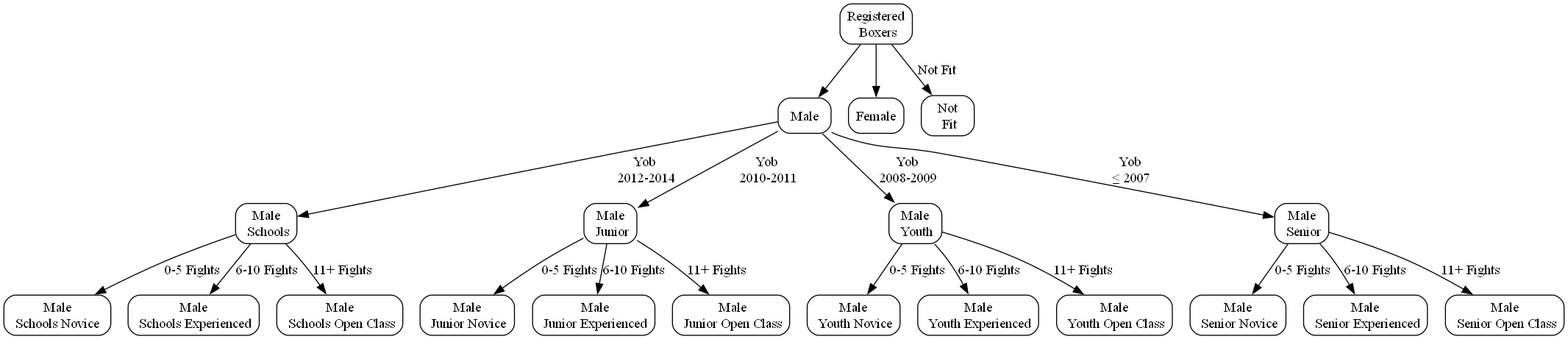
The Graphviz diagram SVG/boxing.png in mjmonline1/Boxing, before a commit. Its source is kept beside it as SVG/boxing.dot. Its diagram source:
```dot
digraph Boxing {
  rankdir=TD;
  node [shape=box, style=rounded];

  RegisteredBoxers [label= "Registered\n Boxers"];
  Male;
  Female;
  Notfit [label="Not\n Fit"];

  MaleSchools [label="Male\n Schools"];
  MaleJunior  [label="Male\n Junior"];
  MaleYouth   [label="Male\n Youth"];
  MaleSenior  [label="Male\n Senior"];

  MaleSchools_Novice      [label="Male\n Schools Novice "];
  MaleSchools_Experienced [label="Male\n Schools Experienced"];
  MaleSchools_OpenClass   [label="Male\n Schools Open Class"];

  MaleJunior_Novice       [label="Male\n Junior Novice"];
  MaleJunior_Experienced  [label=" Male\n Junior Experienced"];
  MaleJunior_OpenClass    [label=" Male\n Junior Open Class"];

  MaleYouth_Novice        [label="Male\n Youth Novice"];
  MaleYouth_Experienced   [label="Male\n Youth Experienced"];
  MaleYouth_OpenClass     [label="Male\n Youth Open Class"];

  MaleSenior_Novice       [label="Male\n Senior Novice"];
  MaleSenior_Experienced  [label="Male\n Senior Experienced"];
  MaleSenior_OpenClass    [label="Male\n Senior Open Class"];

  RegisteredBoxers -> Male;
  RegisteredBoxers -> Notfit [label="Not Fit"];
  RegisteredBoxers -> Female;

  Male -> MaleSchools [label="Yob\n 2012-2014"];
  Male -> MaleJunior  [label="Yob\n 2010-2011"];
  Male -> MaleYouth   [label="Yob\n 2008-2009"];
  Male -> MaleSenior  [label="Yob\n ≤ 2007"];

  MaleSchools -> MaleSchools_Novice      [label="0-5 Fights"];
  MaleSchools -> MaleSchools_Experienced [label="6-10 Fights"];
  MaleSchools -> MaleSchools_OpenClass   [label="11+ Fights"];

  MaleJunior -> MaleJunior_Novice       [label="0-5 Fights"];
  MaleJunior -> MaleJunior_Experienced  [label="6-10 Fights"];
  MaleJunior -> MaleJunior_OpenClass    [label="11+ Fights"];

  MaleYouth -> MaleYouth_Novice         [label="0-5 Fights"];
  MaleYouth -> MaleYouth_Experienced    [label="6-10 Fights"];
  MaleYouth -> MaleYouth_OpenClass      [label="11+ Fights"];

  MaleSenior -> MaleSenior_Novice       [label="0-5 Fights"];
  MaleSenior -> MaleSenior_Experienced  [label="6-10 Fights"];
  MaleSenior -> MaleSenior_OpenClass    [label="11+ Fights"];
}
```
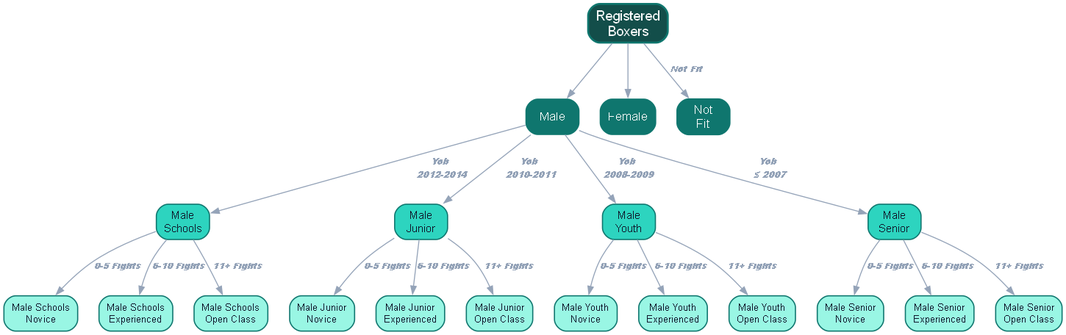
The same diagram one commit later.

Change to the diagram source:
```diff
@@ -1,32 +1,44 @@
 digraph Boxing {
   rankdir=TD;
-  node [shape=box, style=rounded];
+  bgcolor="transparent";
+  ranksep=0.6; nodesep=0.3;
 
-  RegisteredBoxers [label= "Registered\n Boxers"];
+  node [shape=box, style="filled,rounded", fontname="Helvetica",
+        fontsize=11, penwidth=1.2, color="#0f766e", fontcolor="#0f172a"];
+  edge [fontname="Helvetica-Oblique", fontsize=9,
+        fontcolor="#94a3b8", color="#94a3b8", arrowsize=0.8];
+
+  RegisteredBoxers [label="Registered\nBoxers",
+                    fillcolor="#134e4a", fontcolor="white",
+                    fontsize=14, penwidth=2];
+
+  node [fillcolor="#0f766e", fontcolor="white", fontsize=12, penwidth=1.2];
   Male;
   Female;
-  Notfit [label="Not\n Fit"];
+  Notfit [label="Not\nFit"];
 
-  MaleSchools [label="Male\n Schools"];
-  MaleJunior  [label="Male\n Junior"];
-  MaleYouth   [label="Male\n Youth"];
-  MaleSenior  [label="Male\n Senior"];
+  node [fillcolor="#2dd4bf", fontcolor="#0f172a", fontsize=11];
+  MaleSchools [label="Male\nSchools"];
+  MaleJunior  [label="Male\nJunior"];
+  MaleYouth   [label="Male\nYouth"];
+  MaleSenior  [label="Male\nSenior"];
 
-  MaleSchools_Novice      [label="Male\n Schools Novice "];
-  MaleSchools_Experienced [label="Male\n Schools Experienced"];
-  MaleSchools_OpenClass   [label="Male\n Schools Open Class"];
+  node [fillcolor="#99f6e4", fontcolor="#0f172a", fontsize=10];
+  MaleSchools_Novice      [label="Male Schools\nNovice"];
+  MaleSchools_Experienced [label="Male Schools\nExperienced"];
+  MaleSchools_OpenClass   [label="Male Schools\nOpen Class"];
 
-  MaleJunior_Novice       [label="Male\n Junior Novice"];
-  MaleJunior_Experienced  [label=" Male\n Junior Experienced"];
-  MaleJunior_OpenClass    [label=" Male\n Junior Open Class"];
+  MaleJunior_Novice       [label="Male Junior\nNovice"];
+  MaleJunior_Experienced  [label="Male Junior\nExperienced"];
+  MaleJunior_OpenClass    [label="Male Junior\nOpen Class"];
 
-  MaleYouth_Novice        [label="Male\n Youth Novice"];
-  MaleYouth_Experienced   [label="Male\n Youth Experienced"];
-  MaleYouth_OpenClass     [label="Male\n Youth Open Class"];
+  MaleYouth_Novice        [label="Male Youth\nNovice"];
+  MaleYouth_Experienced   [label="Male Youth\nExperienced"];
+  MaleYouth_OpenClass     [label="Male Youth\nOpen Class"];
 
-  MaleSenior_Novice       [label="Male\n Senior Novice"];
-  MaleSenior_Experienced  [label="Male\n Senior Experienced"];
-  MaleSenior_OpenClass    [label="Male\n Senior Open Class"];
+  MaleSenior_Novice       [label="Male Senior\nNovice"];
+  MaleSenior_Experienced  [label="Male Senior\nExperienced"];
+  MaleSenior_OpenClass    [label="Male Senior\nOpen Class"];
 
   RegisteredBoxers -> Male;
   RegisteredBoxers -> Notfit [label="Not Fit"];
```
